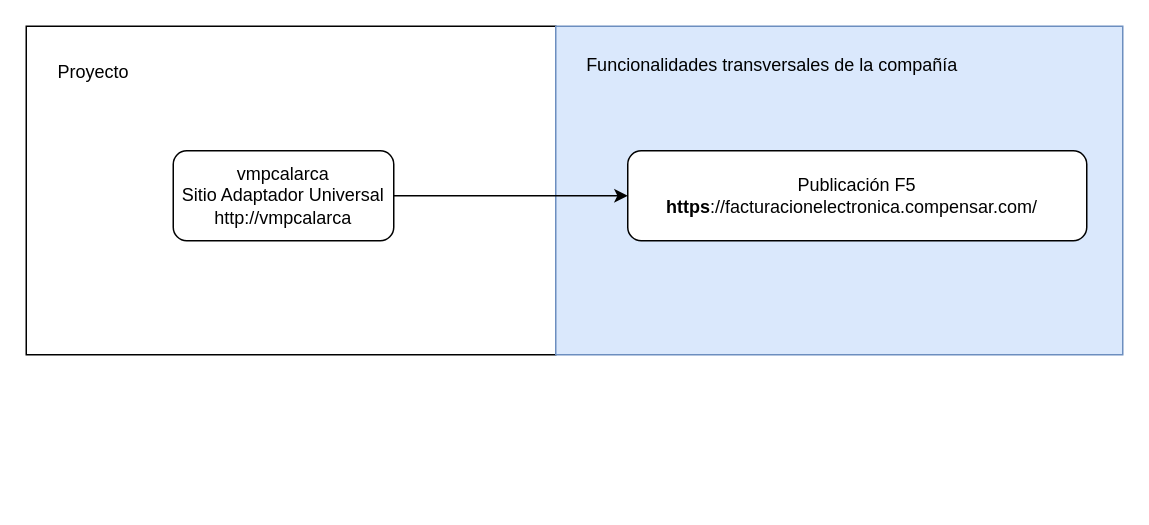
Earlier version of the draw.io diagram page "Publicación F5" (3 of 3) of Adaptador Universal.drawio (carlosvalderrama1204/diagrams). Source tidied: cells renumbered, new cells numbered last; positions are measured from the earlier drawing's top-left corner, leaving out a move shared by most shapes. Both pictures are drawn from the tidied source at 150%, with x=0, y=0 at pixel (26, 26).
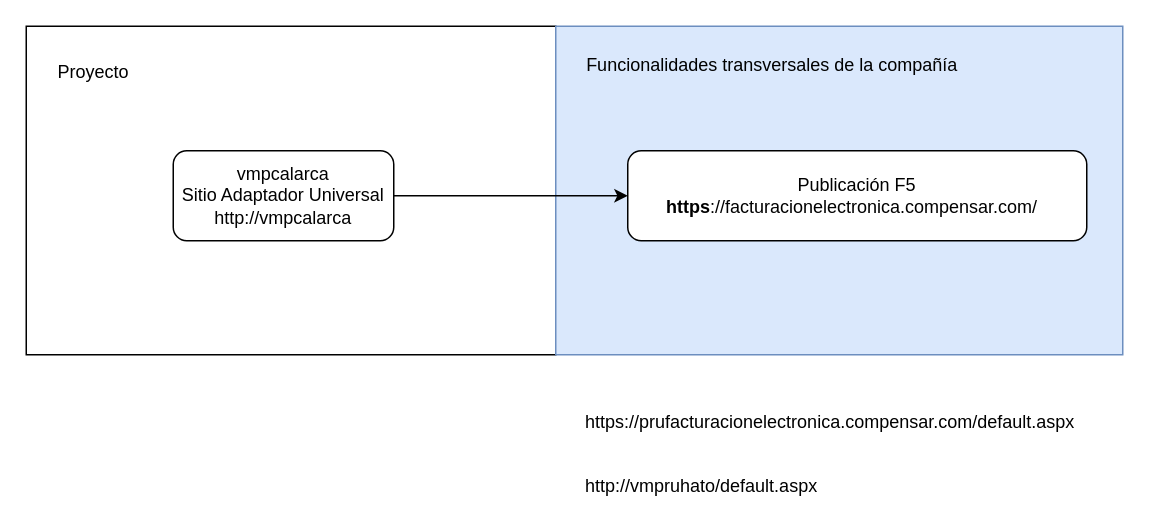
After the change.

Change to the diagram source:
```diff
@@
 <mxGraphModel>
   <root>
     <mxCell id="0" />
     <mxCell id="1" parent="0" />
     <mxCell id="2" style="rounded=0;whiteSpace=wrap;html=1;" parent="1" vertex="1">
       <mxGeometry width="353" height="219" as="geometry" />
     </mxCell>
     <mxCell id="3" value="vmpcalarca&lt;br&gt;Sitio Adaptador Universal&lt;br&gt;http://vmpcalarca" style="rounded=1;whiteSpace=wrap;html=1;" parent="1" vertex="1">
       <mxGeometry x="98" y="83" width="147" height="60" as="geometry" />
     </mxCell>
     <mxCell id="4" style="rounded=0;whiteSpace=wrap;html=1;fillColor=#dae8fc;strokeColor=#6c8ebf;" parent="1" vertex="1">
       <mxGeometry x="353" width="378" height="219" as="geometry" />
     </mxCell>
     <mxCell id="5" value="Publicación F5&lt;br&gt;&lt;b&gt;https&lt;/b&gt;://facturacionelectronica.compensar.com/&amp;nbsp;&amp;nbsp;" style="rounded=1;whiteSpace=wrap;html=1;" parent="1" vertex="1">
       <mxGeometry x="401" y="83" width="306" height="60" as="geometry" />
     </mxCell>
     <mxCell id="6" style="edgeStyle=orthogonalEdgeStyle;rounded=0;jettySize=auto;html=1;entryX=0;entryY=0.5;entryDx=0;entryDy=0;" parent="1" edge="1" source="3" target="5">
       <mxGeometry relative="1" as="geometry" />
     </mxCell>
     <mxCell id="7" value="Proyecto" style="text;html=1;strokeColor=none;fillColor=none;align=center;verticalAlign=middle;whiteSpace=wrap;rounded=0;" parent="1" vertex="1">
       <mxGeometry x="15" y="16" width="60" height="30" as="geometry" />
     </mxCell>
     <mxCell id="8" value="Funcionalidades transversales de la compañía" style="text;html=1;strokeColor=none;fillColor=none;align=center;verticalAlign=middle;whiteSpace=wrap;rounded=0;" parent="1" vertex="1">
       <mxGeometry x="368" y="11" width="259" height="30" as="geometry" />
     </mxCell>
+    <mxCell id="9" value="https://prufacturacionelectronica.compensar.com/default.aspx&#10;&#10;&#10;http://vmpruhato/default.aspx" style="text;whiteSpace=wrap;" parent="1" vertex="1">
+      <mxGeometry x="371" y="250" width="360" height="40" as="geometry" />
+    </mxCell>
   </root>
 </mxGraphModel>
```
